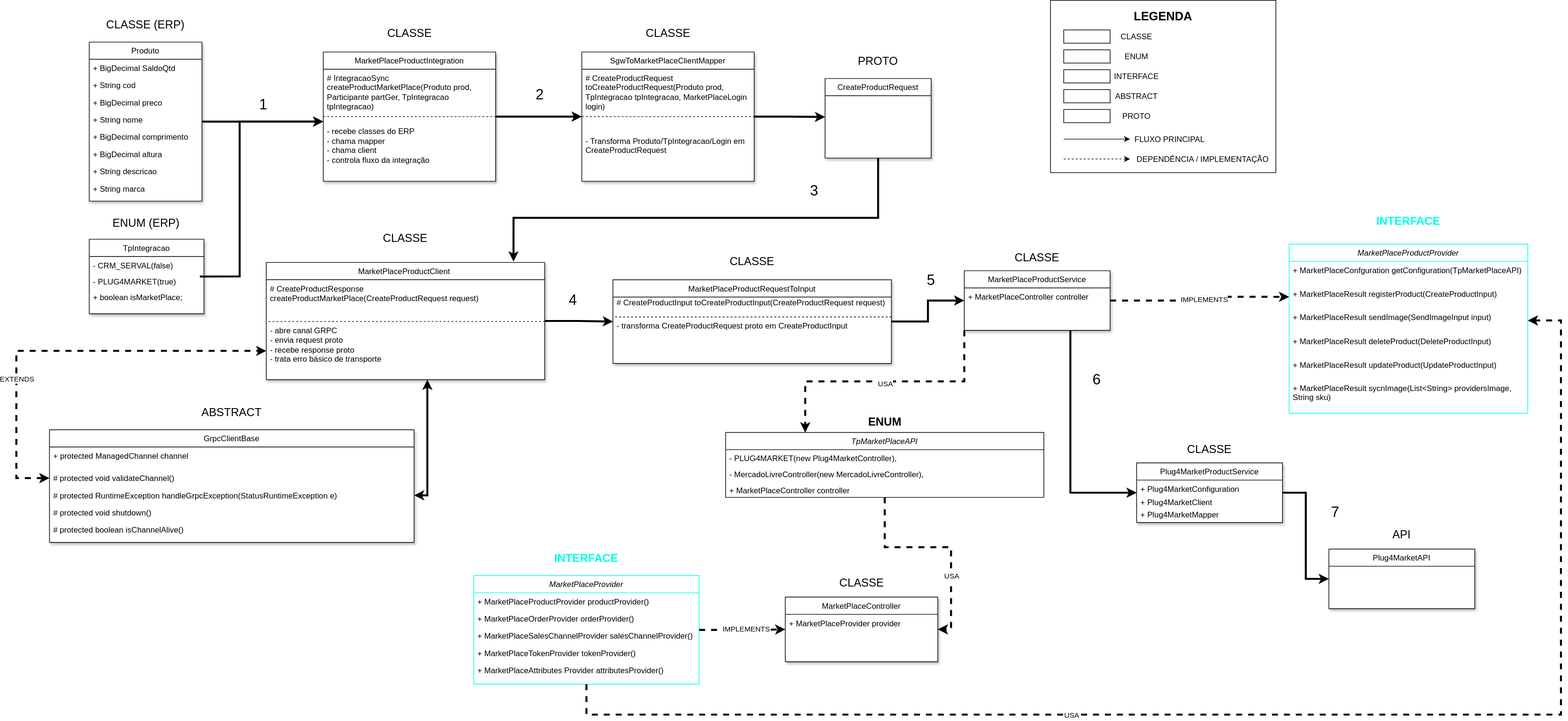
C4nlhmmll/Diagramas keeps this draw.io diagram as Plug4Market/Arquitetura MarketPlaceService usando Produto de exemplo.drawio.svg. Above is the earlier version. Source tidied: cells renumbered, new cells last; positions are measured from the earlier drawing's top-left corner, leaving out a move shared by most shapes.
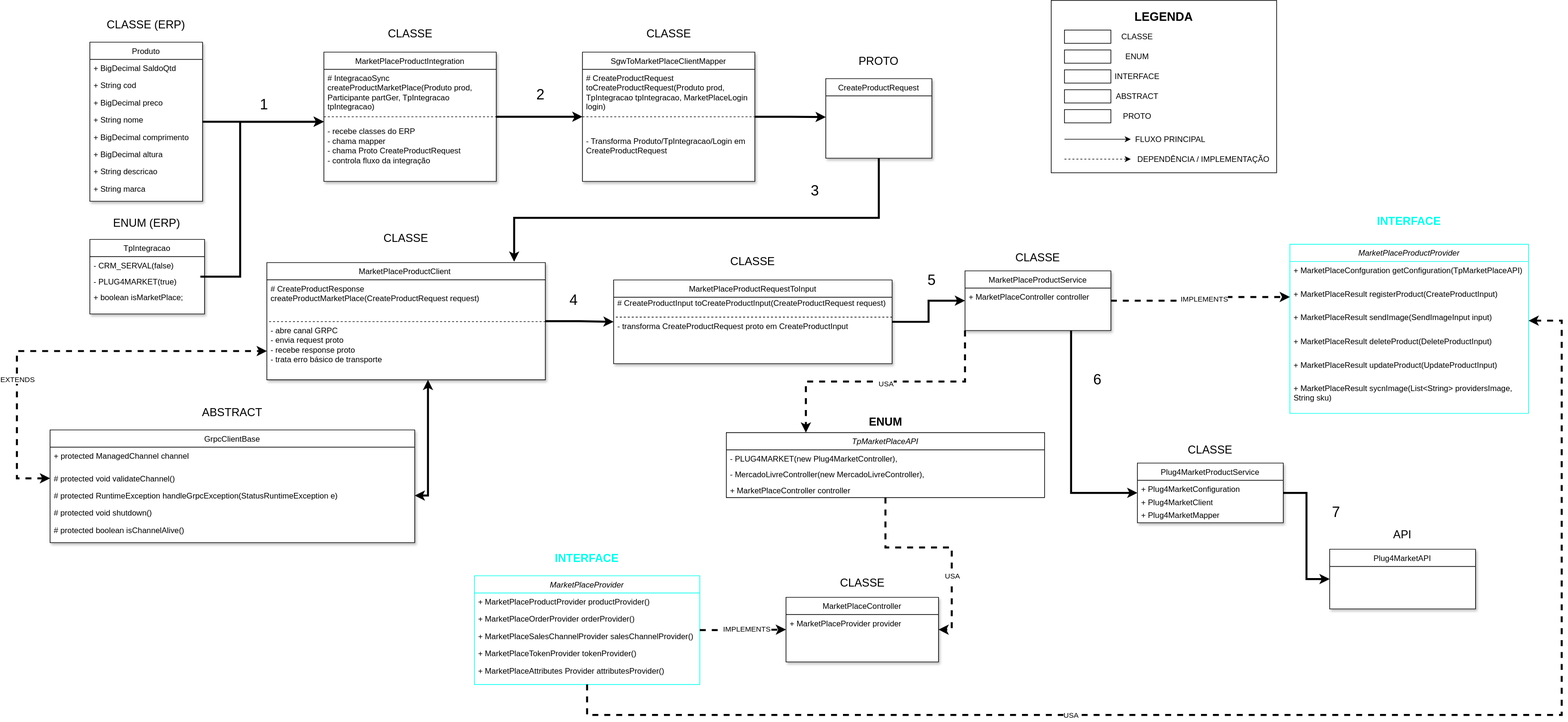
Later version of the same file.

Commit message:
cor em texto quadro 2

Diff of the diagram source:
```diff
@@ -104,7 +104,7 @@
     <mxCell id="28" value="# IntegracaoSync createProductMarketPlace(Produto prod, Participante partGer, TpIntegracao tpIntegracao)" style="text;strokeColor=none;fillColor=none;align=left;verticalAlign=top;spacingLeft=4;spacingRight=4;overflow=hidden;whiteSpace=wrap;html=1;" parent="27" vertex="1">
       <mxGeometry y="26" width="260" height="66.3" as="geometry" />
     </mxCell>
-    <mxCell id="29" value="&lt;div&gt;&lt;br&gt;&lt;/div&gt;&lt;div&gt;- recebe classes do ERP&lt;/div&gt;&lt;div&gt;- chama mapper&lt;/div&gt;&lt;div&gt;- chama client&lt;/div&gt;&lt;div&gt;- controla fluxo da integração&lt;/div&gt;" style="text;strokeColor=none;fillColor=none;align=left;verticalAlign=top;spacingLeft=4;spacingRight=4;overflow=hidden;whiteSpace=wrap;html=1;fontColor=light-dark(#000000,#33FF33);" parent="27" vertex="1">
+    <mxCell id="29" value="&lt;div&gt;&lt;br&gt;&lt;/div&gt;&lt;div&gt;- recebe classes do ERP&lt;/div&gt;&lt;div&gt;- chama mapper&lt;/div&gt;&lt;div&gt;- chama &lt;font style=&quot;color: light-dark(rgb(0, 0, 0), rgb(127, 0, 255));&quot;&gt;Proto CreateProductRequest&lt;/font&gt;&lt;/div&gt;&lt;div&gt;- controla fluxo da integração&lt;/div&gt;" style="text;strokeColor=none;fillColor=none;align=left;verticalAlign=top;spacingLeft=4;spacingRight=4;overflow=hidden;whiteSpace=wrap;html=1;fontColor=light-dark(#000000,#33FF33);" parent="27" vertex="1">
       <mxGeometry y="92.3" width="260" height="87.7" as="geometry" />
     </mxCell>
     <mxCell id="30" value="CLASSE" style="text;html=1;whiteSpace=wrap;strokeColor=none;fillColor=default;align=center;verticalAlign=middle;rounded=0;fontColor=light-dark(#000000,#00CC00);fontSize=17;" parent="26" vertex="1">
```
